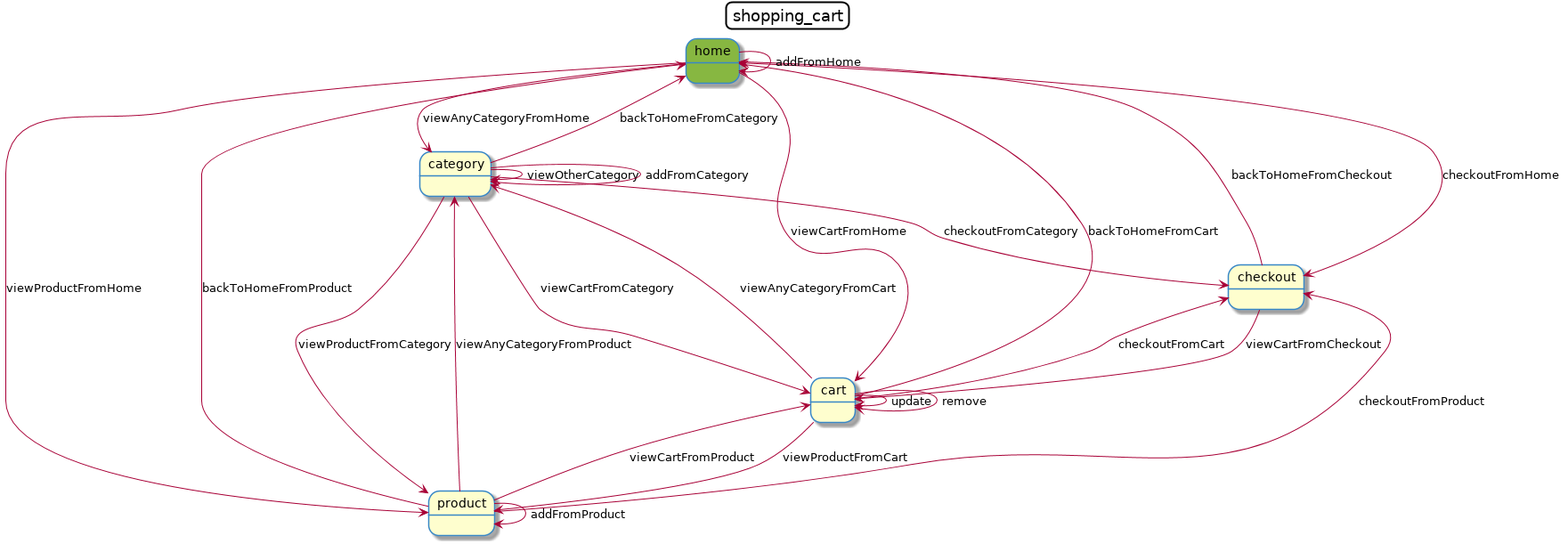
This is tests/app/config/packages/test/models/shopping-cart/shopping-cart.puml.png from tienvx/mbt-bundle, a PlantUML export, as it was before one commit. The source it was exported from:
```plantuml
@startuml
allow_mixing
title shopping_cart
skinparam titleBorderRoundCorner 15
skinparam titleBorderThickness 2
skinparam state {
    BackgroundColor<<initial>> #87b741
    BackgroundColor<<marked>> #3887C6
    BorderColor #3887C6
    BorderColor<<marked>> Black
    FontColor<<marked>> White
}
state "home" <<initial>>
state "category"
state "product"
state "cart"
state "checkout"
"home" --> "category": "viewAnyCategoryFromHome"
"category" --> "category": "viewOtherCategory"
"product" --> "category": "viewAnyCategoryFromProduct"
"cart" --> "category": "viewAnyCategoryFromCart"
"home" --> "product": "viewProductFromHome"
"cart" --> "product": "viewProductFromCart"
"category" --> "product": "viewProductFromCategory"
"home" --> "cart": "viewCartFromHome"
"category" --> "cart": "viewCartFromCategory"
"product" --> "cart": "viewCartFromProduct"
"checkout" --> "cart": "viewCartFromCheckout"
"home" --> "checkout": "checkoutFromHome"
"category" --> "checkout": "checkoutFromCategory"
"product" --> "checkout": "checkoutFromProduct"
"cart" --> "checkout": "checkoutFromCart"
"category" --> "home": "backToHomeFromCategory"
"product" --> "home": "backToHomeFromProduct"
"cart" --> "home": "backToHomeFromCart"
"checkout" --> "home": "backToHomeFromCheckout"
"cart" --> "cart": "update"
"cart" --> "cart": "remove"
"home" --> "home": "addFromHome"
"category" --> "category": "addFromCategory"
"product" --> "product": "addFromProduct"
@enduml
```
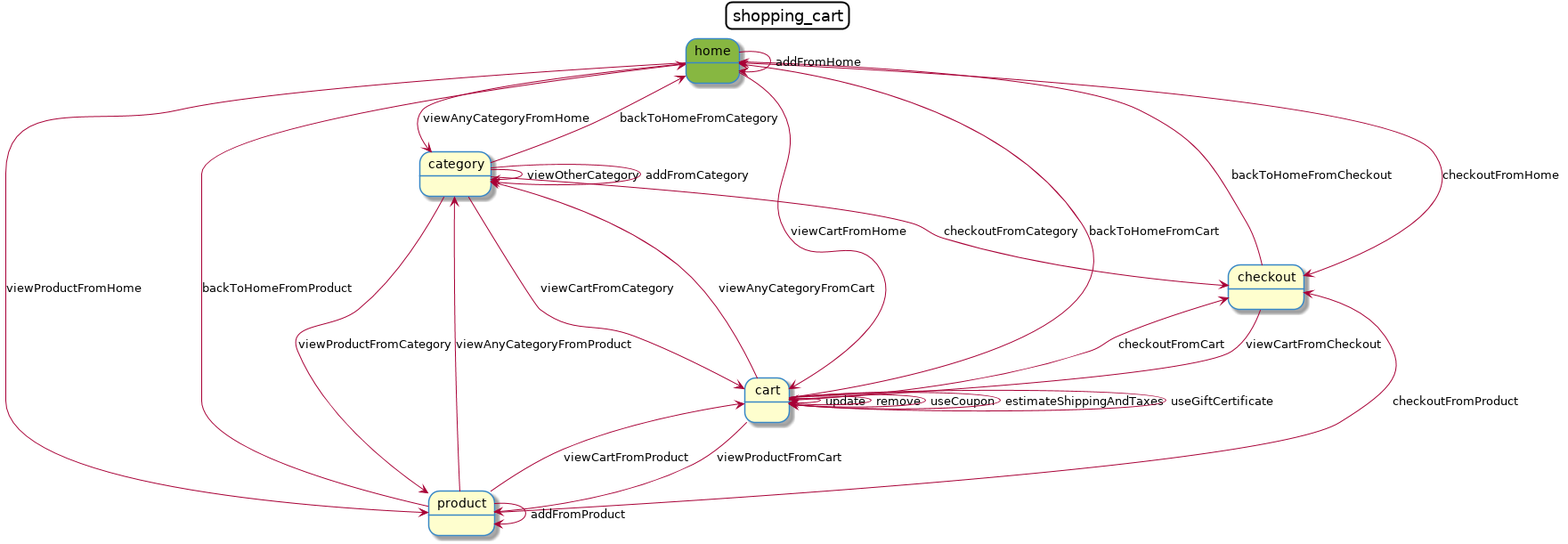
The same diagram one commit later.

Diff of the diagram source:
```diff
@@ -36,6 +36,9 @@
 "checkout" --> "home": "backToHomeFromCheckout"
 "cart" --> "cart": "update"
 "cart" --> "cart": "remove"
+"cart" --> "cart": "useCoupon"
+"cart" --> "cart": "estimateShippingAndTaxes"
+"cart" --> "cart": "useGiftCertificate"
 "home" --> "home": "addFromHome"
 "category" --> "category": "addFromCategory"
 "product" --> "product": "addFromProduct"
```
